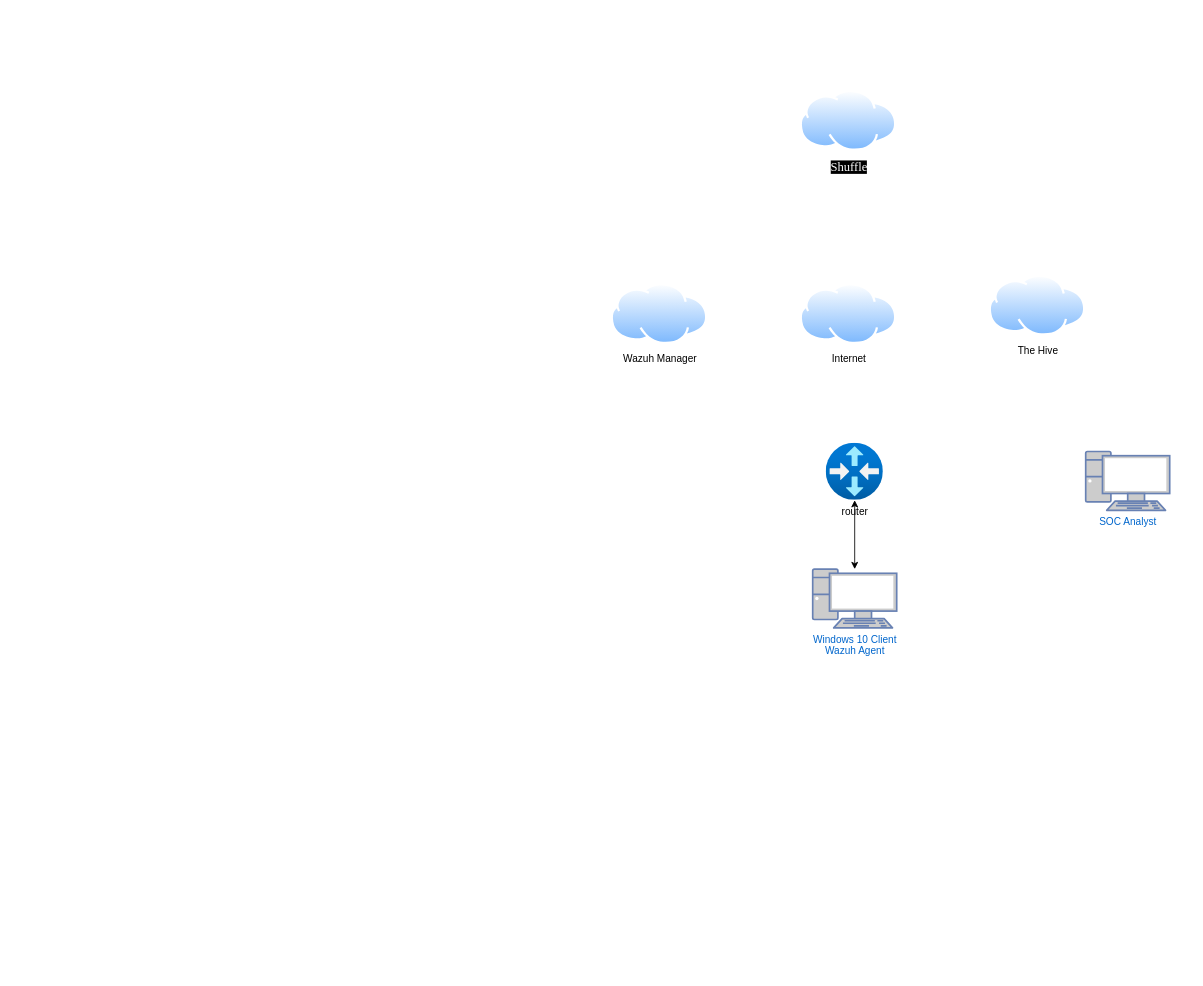
The draw.io diagram Untitled Diagram.drawio in MonadoSlash/phase-0-pac-3-intro-to-functions, before the edit. Source tidied: cells renumbered, new cells numbered last; positions are measured from the earlier drawing's top-left corner, leaving out a move shared by most shapes. Both pictures are drawn from the tidied source at 84%, with x=0, y=0 at pixel (611, 90).
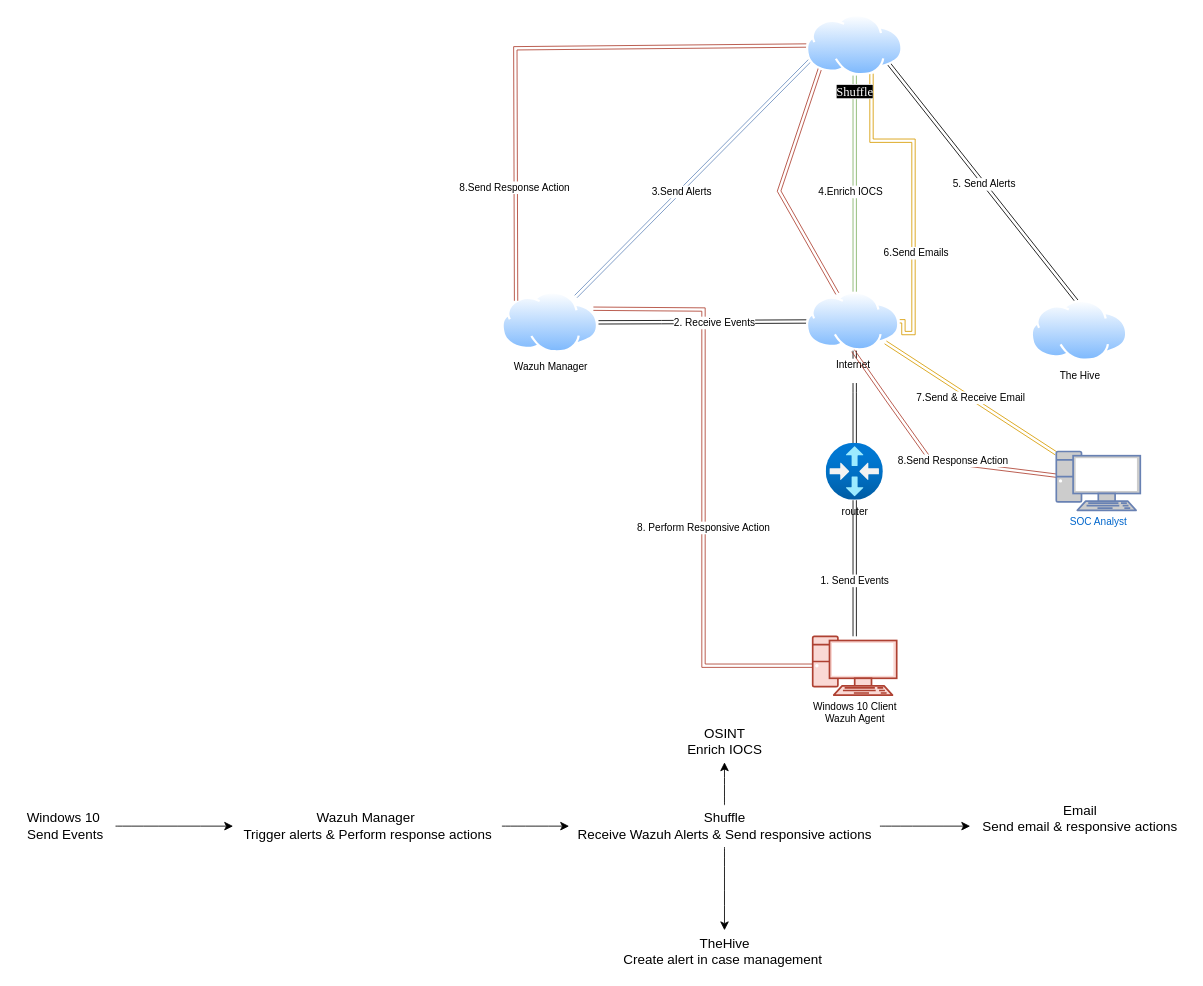
After the change.

Unchanged cells that the change refers to:
```xml
<mxCell id="3" value="router&lt;div&gt;&lt;br&gt;&lt;/div&gt;" style="image;html=1;points=[];align=center;fontSize=12;image=img/lib/azure2/networking/Virtual_Router.svg;" parent="1" vertex="1">
  <mxGeometry x="256" y="420" width="68" height="68" as="geometry" />
</mxCell>
```

What changed in the source:
```diff
@@
+    <mxCell id="10" style="edgeStyle=orthogonalEdgeStyle;rounded=0;jettySize=auto;html=1;entryX=1;entryY=0.25;entryDx=0;entryDy=0;fontSize=12;shape=link;fillColor=#fad9d5;strokeColor=#ae4132;" parent="1" edge="1" source="2" target="6">
+      <mxGeometry relative="1" as="geometry">
+        <Array as="points">
+          <mxPoint x="110" y="685" />
+          <mxPoint x="110" y="261" />
+        </Array>
+      </mxGeometry>
+    </mxCell>
+    <mxCell id="11" value="8. Perform Responsive Action" style="edgeLabel;html=1;align=center;verticalAlign=middle;fontSize=12;" parent="10" vertex="1">
+      <mxGeometry x="-0.14" y="1" relative="1" as="geometry" />
+    </mxCell>
-    <mxCell id="2" value="Windows 10 Client&lt;div&gt;Wazuh Agent&lt;/div&gt;&lt;div&gt;&lt;br&gt;&lt;/div&gt;" style="fontColor=#0066CC;verticalAlign=top;verticalLabelPosition=bottom;labelPosition=center;align=center;html=1;outlineConnect=0;fillColor=#CCCCCC;strokeColor=#6881B3;gradientColor=none;gradientDirection=north;strokeWidth=2;shape=mxgraph.networks.pc;" parent="1" vertex="1">
-      <mxGeometry x="240" y="570" width="100" height="70" as="geometry" />
+    <mxCell id="2" value="Windows 10 Client&lt;div&gt;Wazuh Agent&lt;/div&gt;&lt;div&gt;&lt;br&gt;&lt;/div&gt;" style="verticalAlign=top;verticalLabelPosition=bottom;labelPosition=center;align=center;html=1;outlineConnect=0;fillColor=#fad9d5;strokeColor=#ae4132;gradientDirection=north;strokeWidth=2;shape=mxgraph.networks.pc;" parent="1" vertex="1">
+      <mxGeometry x="240" y="650" width="100" height="70" as="geometry" />
     </mxCell>
+    <mxCell id="12" style="edgeStyle=orthogonalEdgeStyle;rounded=0;jettySize=auto;html=1;fontSize=12;shape=link;" parent="1" edge="1" source="3" target="4">
+      <mxGeometry relative="1" as="geometry">
+        <Array as="points">
+          <mxPoint x="290" y="360" />
+          <mxPoint x="290" y="360" />
+        </Array>
+      </mxGeometry>
+    </mxCell>
@@
+    <mxCell id="13" style="edgeStyle=none;curved=1;rounded=0;jettySize=auto;html=1;fontSize=12;shape=link;" parent="1" edge="1" source="4" target="6">
+      <mxGeometry relative="1" as="geometry">
+        <Array as="points">
+          <mxPoint x="60" y="276" />
+        </Array>
+      </mxGeometry>
+    </mxCell>
+    <mxCell id="14" value="2. Receive Events" style="edgeLabel;html=1;align=center;verticalAlign=middle;fontSize=12;" parent="13" vertex="1">
+      <mxGeometry x="-0.11" y="1" relative="1" as="geometry" />
+    </mxCell>
+    <mxCell id="15" style="edgeStyle=orthogonalEdgeStyle;rounded=0;jettySize=auto;html=1;entryX=0.5;entryY=1;entryDx=0;entryDy=0;fontSize=12;shape=link;fillColor=#d5e8d4;strokeColor=#82b366;" parent="1" edge="1" source="4" target="7">
+      <mxGeometry relative="1" as="geometry">
+        <Array as="points">
+          <mxPoint x="290" y="120" />
+          <mxPoint x="290" y="120" />
+        </Array>
+      </mxGeometry>
+    </mxCell>
+    <mxCell id="16" value="4.Enrich IOCS" style="edgeLabel;html=1;align=center;verticalAlign=middle;fontSize=12;" parent="15" vertex="1">
+      <mxGeometry x="-0.07" y="5" relative="1" as="geometry">
+        <mxPoint x="-1" as="offset" />
+      </mxGeometry>
+    </mxCell>
+    <mxCell id="17" value="7.Send &amp;amp; Receive Email" style="edgeStyle=none;curved=1;rounded=0;jettySize=auto;html=1;fontSize=12;fillColor=#ffe6cc;strokeColor=#d79b00;shape=link;" parent="1" edge="1" source="4" target="8">
+      <mxGeometry relative="1" as="geometry" />
+    </mxCell>
+    <mxCell id="18" style="rounded=0;jettySize=auto;html=1;entryX=0;entryY=1;entryDx=0;entryDy=0;fontSize=12;shape=link;fillColor=#fad9d5;strokeColor=#ae4132;" parent="1" edge="1" source="4" target="7">
+      <mxGeometry relative="1" as="geometry">
+        <Array as="points">
+          <mxPoint x="200" y="120" />
+        </Array>
+      </mxGeometry>
+    </mxCell>
     <mxCell id="4" value="Internet&lt;div&gt;&lt;br&gt;&lt;/div&gt;" style="image;perimeter=ellipsePerimeter;html=1;align=center;shadow=0;dashed=0;spacingTop=3;image=img/lib/active_directory/internet_cloud.svg;" parent="1" vertex="1">
-      <mxGeometry x="225" y="230" width="115" height="72.5" as="geometry" />
+      <mxGeometry x="232.5" y="240" width="111.1" height="70" as="geometry" />
     </mxCell>
+    <mxCell id="19" style="rounded=0;orthogonalLoop=1;jettySize=auto;html=1;fontSize=12;shape=link;" parent="1" edge="1">
+      <mxGeometry relative="1" as="geometry">
+        <mxPoint x="556.5" y="253.8" as="sourcePoint" />
+        <mxPoint x="324" y="-40" as="targetPoint" />
+      </mxGeometry>
+    </mxCell>
+    <mxCell id="20" value="5. Send Alerts" style="edgeLabel;html=1;align=center;verticalAlign=middle;fontSize=12;" parent="19" vertex="1">
+      <mxGeometry x="-0.03" relative="1" as="geometry" />
+    </mxCell>
     <mxCell id="5" value="&lt;div style=&quot;text-align: start;&quot;&gt;The Hive&lt;/div&gt;" style="image;perimeter=ellipsePerimeter;html=1;align=center;shadow=0;dashed=0;spacingTop=3;image=img/lib/active_directory/internet_cloud.svg;" parent="1" vertex="1">
-      <mxGeometry x="450" y="220" width="115" height="72.5" as="geometry" />
+      <mxGeometry x="500" y="250" width="115" height="72.5" as="geometry" />
     </mxCell>
+    <mxCell id="21" style="edgeStyle=none;curved=1;rounded=0;jettySize=auto;html=1;entryX=0;entryY=0.75;entryDx=0;entryDy=0;fontSize=12;shape=link;fillColor=#dae8fc;strokeColor=#6c8ebf;" parent="1" edge="1" source="6" target="7">
+      <mxGeometry relative="1" as="geometry" />
+    </mxCell>
+    <mxCell id="22" value="3.Send Alerts" style="edgeLabel;html=1;align=center;verticalAlign=middle;fontSize=12;" parent="21" vertex="1">
+      <mxGeometry x="-0.11" y="-1" relative="1" as="geometry" />
+    </mxCell>
     <mxCell id="6" value="&lt;div style=&quot;text-align: start;&quot;&gt;Wazuh Manager&lt;/div&gt;&lt;div style=&quot;text-align: start;&quot;&gt;&lt;br&gt;&lt;/div&gt;" style="image;perimeter=ellipsePerimeter;html=1;align=center;shadow=0;dashed=0;spacingTop=3;image=img/lib/active_directory/internet_cloud.svg;" parent="1" vertex="1">
-      <mxGeometry y="230" width="115" height="72.5" as="geometry" />
+      <mxGeometry x="-130" y="240" width="115" height="72.5" as="geometry" />
     </mxCell>
+    <mxCell id="23" style="edgeStyle=orthogonalEdgeStyle;rounded=0;jettySize=auto;html=1;fontSize=12;shape=link;fillColor=#ffe6cc;strokeColor=#d79b00;entryX=1;entryY=0.5;entryDx=0;entryDy=0;" parent="1" edge="1" source="7" target="4">
+      <mxGeometry relative="1" as="geometry">
+        <Array as="points">
+          <mxPoint x="310" y="60" />
+          <mxPoint x="360" y="60" />
+          <mxPoint x="360" y="289" />
+          <mxPoint x="348" y="289" />
+        </Array>
+      </mxGeometry>
+    </mxCell>
+    <mxCell id="24" value="6.Send Emails" style="edgeLabel;html=1;align=center;verticalAlign=middle;fontSize=12;" parent="23" vertex="1">
+      <mxGeometry x="0.35" y="2" relative="1" as="geometry" />
+    </mxCell>
+    <mxCell id="25" style="edgeStyle=none;curved=1;rounded=0;jettySize=auto;html=1;entryX=0;entryY=0;entryDx=0;entryDy=0;fontSize=12;shape=link;fillColor=#fad9d5;strokeColor=#ae4132;" parent="1" edge="1" source="7" target="6">
+      <mxGeometry relative="1" as="geometry">
+        <Array as="points">
+          <mxPoint x="-114" y="-50" />
+        </Array>
+      </mxGeometry>
+    </mxCell>
+    <mxCell id="26" value="8.Send Response Action" style="edgeLabel;html=1;align=center;verticalAlign=middle;fontSize=12;" parent="25" vertex="1">
+      <mxGeometry x="0.58" y="-2" relative="1" as="geometry">
+        <mxPoint y="1" as="offset" />
+      </mxGeometry>
+    </mxCell>
     <mxCell id="7" value="&lt;div style=&quot;text-align: start;&quot;&gt;&lt;font face=&quot;Times&quot; color=&quot;#ffffff&quot;&gt;&lt;span style=&quot;font-size: 15px; white-space: pre-wrap; background-color: rgb(0, 0, 0);&quot;&gt;Shuffle&lt;/span&gt;&lt;/font&gt;&lt;/div&gt;" style="image;perimeter=ellipsePerimeter;html=1;align=center;shadow=0;dashed=0;spacingTop=3;image=img/lib/active_directory/internet_cloud.svg;" parent="1" vertex="1">
-      <mxGeometry x="225" width="115" height="72.5" as="geometry" />
+      <mxGeometry x="232.5" y="-90" width="115" height="72.5" as="geometry" />
     </mxCell>
+    <mxCell id="27" style="edgeStyle=none;curved=1;rounded=0;jettySize=auto;html=1;entryX=0.5;entryY=1;entryDx=0;entryDy=0;fontSize=12;shape=link;fillColor=#fad9d5;strokeColor=#ae4132;" parent="1" edge="1" source="8" target="4">
+      <mxGeometry relative="1" as="geometry">
+        <Array as="points">
+          <mxPoint x="380" y="440" />
+          <mxPoint x="330" y="370" />
+        </Array>
+      </mxGeometry>
+    </mxCell>
+    <mxCell id="28" value="8.Send Response Action" style="edgeLabel;html=1;align=center;verticalAlign=middle;fontSize=12;" parent="27" vertex="1">
+      <mxGeometry x="-0.2" y="-3" relative="1" as="geometry">
+        <mxPoint x="-1" as="offset" />
+      </mxGeometry>
+    </mxCell>
     <mxCell id="8" value="SOC Analyst&lt;div&gt;&lt;br&gt;&lt;/div&gt;" style="fontColor=#0066CC;verticalAlign=top;verticalLabelPosition=bottom;labelPosition=center;align=center;html=1;outlineConnect=0;fillColor=#CCCCCC;strokeColor=#6881B3;gradientColor=none;gradientDirection=north;strokeWidth=2;shape=mxgraph.networks.pc;" parent="1" vertex="1">
-      <mxGeometry x="565" y="430" width="100" height="70" as="geometry" />
+      <mxGeometry x="530" y="430" width="100" height="70" as="geometry" />
     </mxCell>
-    <mxCell id="9" style="endArrow=classic;startArrow=classic;html=1;rounded=0;" parent="1" edge="1" source="2" target="3">
+    <mxCell id="9" style="endArrow=classic;startArrow=classic;html=1;rounded=0;shape=link;" parent="1" edge="1" source="2" target="3">
       <mxGeometry relative="1" as="geometry" />
     </mxCell>
+    <mxCell id="29" value="1. Send Events" style="edgeLabel;html=1;align=center;verticalAlign=middle;fontSize=12;" parent="9" vertex="1">
+      <mxGeometry x="-0.17" y="1" relative="1" as="geometry" />
+    </mxCell>
+    <mxCell id="30" style="edgeStyle=none;curved=1;rounded=0;jettySize=auto;html=1;fontSize=12;startSize=8;endSize=8;" parent="1" edge="1" source="31" target="33">
+      <mxGeometry relative="1" as="geometry" />
+    </mxCell>
+    <mxCell id="31" value="Windows 10&amp;nbsp;&lt;div&gt;Send Events&lt;/div&gt;" style="text;html=1;align=center;verticalAlign=middle;points=[];strokeColor=none;fillColor=none;fontSize=16;" parent="1" vertex="1">
+      <mxGeometry x="-710" y="851" width="120" height="50" as="geometry" />
+    </mxCell>
+    <mxCell id="32" style="edgeStyle=none;curved=1;rounded=0;jettySize=auto;html=1;fontSize=12;startSize=8;endSize=8;" parent="1" edge="1" source="33" target="37">
+      <mxGeometry relative="1" as="geometry" />
+    </mxCell>
+    <mxCell id="33" value="Wazuh Manager&amp;nbsp;&lt;div&gt;Trigger alerts &amp;amp; Perform response actions&lt;/div&gt;" style="text;html=1;align=center;verticalAlign=middle;points=[];strokeColor=none;fillColor=none;fontSize=16;" parent="1" vertex="1">
+      <mxGeometry x="-450" y="851" width="320" height="50" as="geometry" />
+    </mxCell>
+    <mxCell id="34" style="edgeStyle=none;curved=1;rounded=0;jettySize=auto;html=1;fontSize=12;startSize=8;endSize=8;" parent="1" edge="1" source="37" target="40">
+      <mxGeometry relative="1" as="geometry" />
+    </mxCell>
+    <mxCell id="35" style="edgeStyle=none;curved=1;rounded=0;jettySize=auto;html=1;fontSize=12;startSize=8;endSize=8;" parent="1" edge="1" source="37" target="39">
+      <mxGeometry relative="1" as="geometry" />
+    </mxCell>
+    <mxCell id="36" style="edgeStyle=none;curved=1;rounded=0;jettySize=auto;html=1;fontSize=12;startSize=8;endSize=8;" parent="1" edge="1" source="37" target="38">
+      <mxGeometry relative="1" as="geometry" />
+    </mxCell>
+    <mxCell id="37" value="Shuffle&lt;div&gt;Receive Wazuh Alerts &amp;amp; Send responsive actions&lt;/div&gt;" style="text;html=1;align=center;verticalAlign=middle;points=[];strokeColor=none;fillColor=none;fontSize=16;" parent="1" vertex="1">
+      <mxGeometry x="-50" y="851" width="370" height="50" as="geometry" />
+    </mxCell>
+    <mxCell id="38" value="Email&lt;div&gt;Send email &amp;amp; responsive actions&lt;/div&gt;&lt;div&gt;&lt;br&gt;&lt;/div&gt;" style="text;html=1;align=center;verticalAlign=middle;points=[];strokeColor=none;fillColor=none;fontSize=16;" parent="1" vertex="1">
+      <mxGeometry x="427.5" y="841" width="260" height="70" as="geometry" />
+    </mxCell>
+    <mxCell id="39" value="TheHive&lt;div&gt;Create alert in case management&amp;nbsp;&lt;/div&gt;" style="text;html=1;align=center;verticalAlign=middle;points=[];strokeColor=none;fillColor=none;fontSize=16;" parent="1" vertex="1">
+      <mxGeometry x="5" y="1000" width="260" height="50" as="geometry" />
+    </mxCell>
+    <mxCell id="40" value="OSINT&lt;div&gt;Enrich IOCS&lt;/div&gt;" style="text;html=1;align=center;verticalAlign=middle;points=[];strokeColor=none;fillColor=none;fontSize=16;" parent="1" vertex="1">
+      <mxGeometry x="80" y="750" width="110" height="50" as="geometry" />
+    </mxCell>
```
